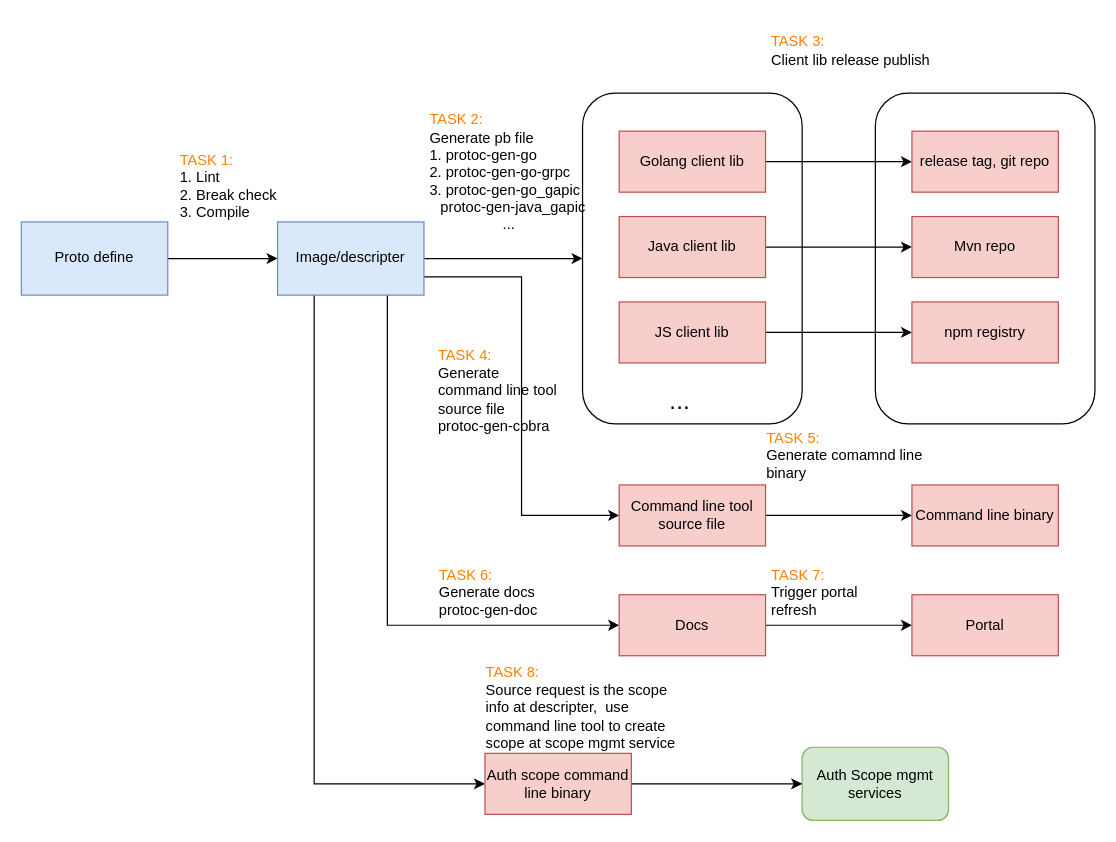
Before: HP/API_pipeline.drawio in zhangwm1987/mydraw_io, a draw.io diagram. Source tidied: cells renumbered, new cells numbered last; positions are measured from the earlier drawing's top-left corner, leaving out a move shared by most shapes. Both pictures are drawn from the tidied source at 122%, with x=0, y=0 at pixel (21, 21).
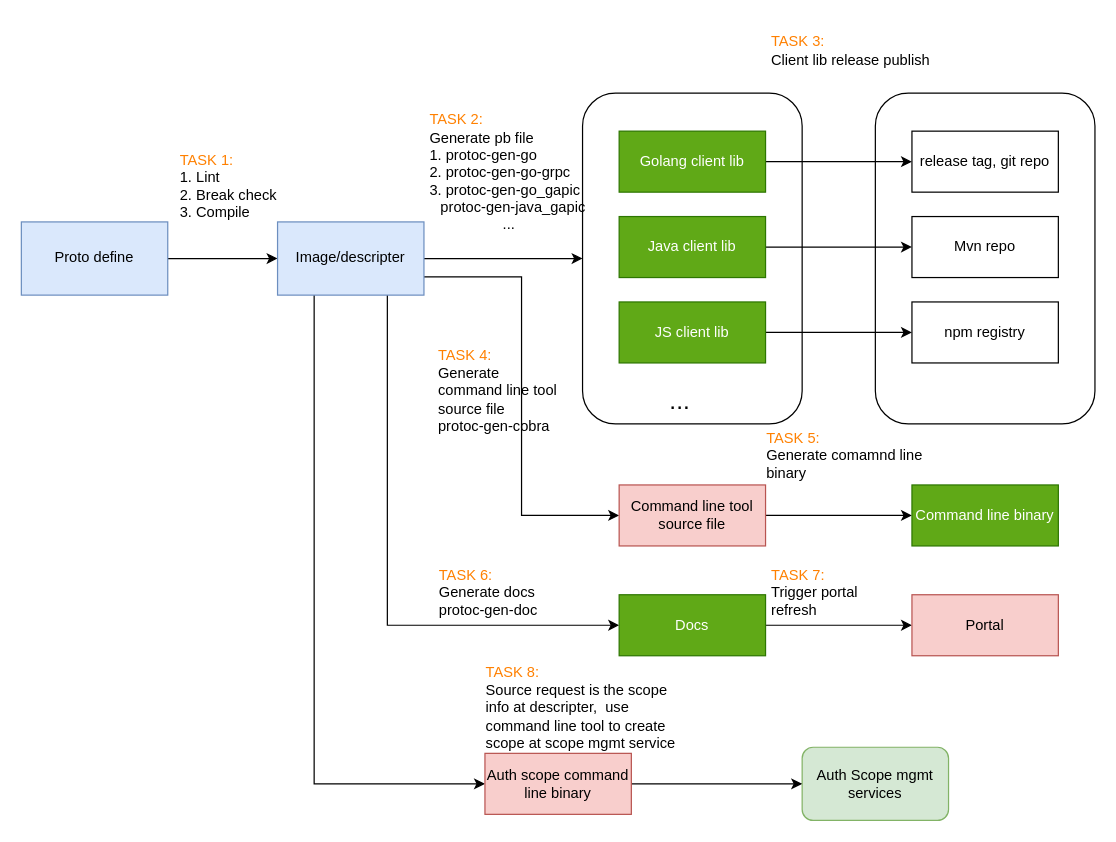
Above is the later version.

Change to the diagram source:
```diff
@@
-    <mxCell id="13" value="Golang client lib" style="rounded=0;whiteSpace=wrap;html=1;fillColor=#f8cecc;strokeColor=#b85450;" parent="1" vertex="1">
+    <mxCell id="13" value="Golang client lib" style="rounded=0;whiteSpace=wrap;html=1;fillColor=#60a917;strokeColor=#2D7600;fontColor=#ffffff;" parent="1" vertex="1">
       <mxGeometry x="490" y="90" width="120" height="50" as="geometry" />
     </mxCell>
@@
-    <mxCell id="15" value="Java client lib" style="rounded=0;whiteSpace=wrap;html=1;fillColor=#f8cecc;strokeColor=#b85450;" parent="1" vertex="1">
+    <mxCell id="15" value="Java client lib" style="rounded=0;whiteSpace=wrap;html=1;fillColor=#60a917;strokeColor=#2D7600;fontColor=#ffffff;" parent="1" vertex="1">
       <mxGeometry x="490" y="160" width="120" height="50" as="geometry" />
     </mxCell>
@@
-    <mxCell id="17" value="JS client lib" style="rounded=0;whiteSpace=wrap;html=1;fillColor=#f8cecc;strokeColor=#b85450;" parent="1" vertex="1">
+    <mxCell id="17" value="JS client lib" style="rounded=0;whiteSpace=wrap;html=1;fillColor=#60a917;strokeColor=#2D7600;fontColor=#ffffff;" parent="1" vertex="1">
       <mxGeometry x="490" y="230" width="120" height="50" as="geometry" />
     </mxCell>
@@
-    <mxCell id="19" value="release tag, git repo" style="rounded=0;whiteSpace=wrap;html=1;fillColor=#f8cecc;strokeColor=#b85450;" parent="1" vertex="1">
+    <mxCell id="19" value="release tag, git repo" style="rounded=0;whiteSpace=wrap;html=1;" parent="1" vertex="1">
       <mxGeometry x="730" y="90" width="120" height="50" as="geometry" />
     </mxCell>
-    <mxCell id="20" value="Mvn repo" style="rounded=0;whiteSpace=wrap;html=1;fillColor=#f8cecc;strokeColor=#b85450;" parent="1" vertex="1">
+    <mxCell id="20" value="Mvn repo" style="rounded=0;whiteSpace=wrap;html=1;" parent="1" vertex="1">
       <mxGeometry x="730" y="160" width="120" height="50" as="geometry" />
     </mxCell>
-    <mxCell id="21" value="npm registry" style="rounded=0;whiteSpace=wrap;html=1;fillColor=#f8cecc;strokeColor=#b85450;" parent="1" vertex="1">
+    <mxCell id="21" value="npm registry" style="rounded=0;whiteSpace=wrap;html=1;" parent="1" vertex="1">
       <mxGeometry x="730" y="230" width="120" height="50" as="geometry" />
     </mxCell>
@@
-    <mxCell id="26" value="Command line binary" style="rounded=0;whiteSpace=wrap;html=1;fillColor=#f8cecc;strokeColor=#b85450;" parent="1" vertex="1">
+    <mxCell id="26" value="Command line binary" style="rounded=0;whiteSpace=wrap;html=1;fillColor=#60a917;strokeColor=#2D7600;fontColor=#ffffff;" parent="1" vertex="1">
       <mxGeometry x="730" y="380" width="120" height="50" as="geometry" />
     </mxCell>
@@
-    <mxCell id="30" value="Docs" style="rounded=0;whiteSpace=wrap;html=1;fillColor=#f8cecc;strokeColor=#b85450;" parent="1" vertex="1">
+    <mxCell id="30" value="Docs" style="rounded=0;whiteSpace=wrap;html=1;fillColor=#60a917;strokeColor=#2D7600;fontColor=#ffffff;" parent="1" vertex="1">
       <mxGeometry x="490" y="470" width="120" height="50" as="geometry" />
     </mxCell>
```
